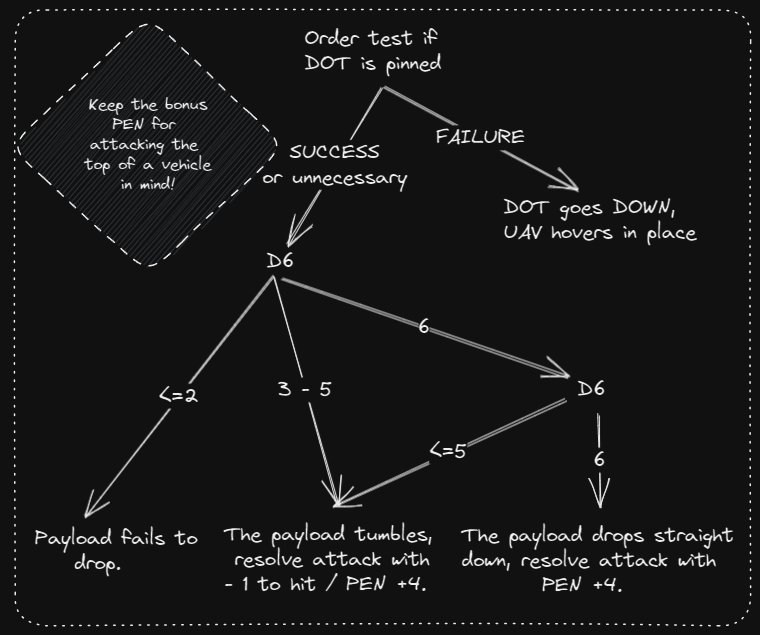
Above: ruleset/ressources/drone-at-ied-flowchart.excalidraw.png in christsven/H.E.A.T (Excalidraw), before the change. Source tidied: one line per element, renumbered; positions are measured from the earlier drawing's top-left corner, leaving out a move shared by most shapes.
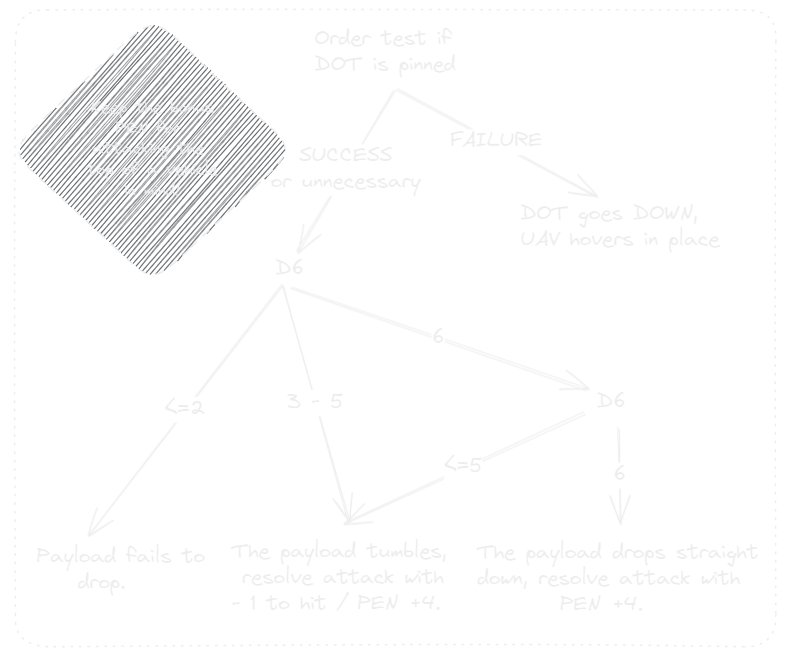
Above is the later version.

The edit, as a diff of the source:
```diff
@@ -1,24 +1,24 @@
-{"id": 0, "type": "text", "text": "Order test if \nDOT is pinned", "strokeColor": "#000000", "strokeWidth": 1, "roughness": 1, "fontSize": 20, "fontFamily": 1, "x": 295, "y": 16, "width": 143, "height": 50}
+{"id": 0, "type": "text", "text": "Order test if \nDOT is pinned", "strokeColor": "#000000", "strokeWidth": 1, "roughness": 1, "fontSize": 20.68, "fontFamily": 1, "x": 305, "y": -4, "width": 147, "height": 52}
-{"id": 1, "type": "rectangle", "strokeColor": "#000000", "strokeWidth": 1, "strokeStyle": "dotted", "roughness": 1, "round": true, "x": 5, "y": 0, "width": 735, "height": 616}
+{"id": 1, "type": "rectangle", "strokeColor": "#000000", "strokeWidth": 1, "strokeStyle": "dotted", "roughness": 1, "round": true, "x": 5, "y": -21, "width": 760, "height": 637}
-{"id": 2, "type": "arrow", "strokeColor": "#000000", "strokeWidth": 1, "roughness": 1, "endArrowhead": "arrow", "round": true, "from": 0, "to": 6, "x": 374, "y": 76, "width": 193, "height": 103, "points": [[0, 0], [193, 103]]}
+{"id": 2, "type": "arrow", "strokeColor": "#000000", "strokeWidth": 1, "roughness": 1, "endArrowhead": "arrow", "round": true, "from": 0, "to": 6, "x": 386, "y": 58, "width": 200, "height": 107, "points": [[0, 0], [200, 107]]}
-{"id": 3, "type": "text", "text": "FAILURE", "strokeColor": "#000000", "strokeWidth": 1, "roughness": 1, "fontSize": 20, "fontFamily": 1, "textAlign": "center", "verticalAlign": "middle", "inside": 2, "x": 434, "y": 115, "width": 72, "height": 25}
+{"id": 3, "type": "text", "text": "FAILURE", "strokeColor": "#000000", "strokeWidth": 1, "roughness": 1, "fontSize": 20.68, "fontFamily": 1, "textAlign": "center", "verticalAlign": "middle", "inside": 2, "x": 434, "y": 115, "width": 92, "height": 26}
-{"id": 4, "type": "arrow", "strokeColor": "#000000", "strokeWidth": 1, "roughness": 1, "endArrowhead": "arrow", "round": true, "from": 0, "to": 7, "x": 372, "y": 77, "width": 95, "height": 156, "points": [[0, 0], [-95, 156]]}
+{"id": 4, "type": "arrow", "strokeColor": "#000000", "strokeWidth": 1, "roughness": 1, "endArrowhead": "arrow", "round": true, "from": 0, "to": 7, "x": 385, "y": 58, "width": 98, "height": 162, "points": [[0, 0], [-98, 162]]}
-{"id": 5, "type": "text", "text": "SUCCESS\nor unnecessary", "strokeColor": "#000000", "strokeWidth": 1, "roughness": 1, "fontSize": 20, "fontFamily": 1, "textAlign": "center", "verticalAlign": "middle", "inside": 4, "x": 258, "y": 130, "width": 133, "height": 50}
+{"id": 5, "type": "text", "text": "SUCCESS\nor unnecessary", "strokeColor": "#000000", "strokeWidth": 1, "roughness": 1, "fontSize": 20.68, "fontFamily": 1, "textAlign": "center", "verticalAlign": "middle", "inside": 4, "x": 258, "y": 130, "width": 150, "height": 52}
-{"id": 6, "type": "text", "text": "DOT goes DOWN, \nUAV hovers in place", "strokeColor": "#000000", "strokeWidth": 1, "roughness": 1, "fontSize": 20, "fontFamily": 1, "x": 493, "y": 185, "width": 193, "height": 50}
+{"id": 6, "type": "text", "text": "DOT goes DOWN, \nUAV hovers in place", "strokeColor": "#000000", "strokeWidth": 1, "roughness": 1, "fontSize": 20.68, "fontFamily": 1, "x": 510, "y": 171, "width": 199, "height": 52}
-{"id": 7, "type": "text", "text": "D6", "strokeColor": "#000000", "strokeWidth": 1, "roughness": 1, "fontSize": 20, "fontFamily": 1, "x": 256, "y": 239, "width": 28, "height": 25}
+{"id": 7, "type": "text", "text": "D6", "strokeColor": "#000000", "strokeWidth": 1, "roughness": 1, "fontSize": 20.68, "fontFamily": 1, "x": 265, "y": 226, "width": 29, "height": 26}
-{"id": 8, "type": "arrow", "strokeColor": "#000000", "strokeWidth": 1, "roughness": 1, "endArrowhead": "arrow", "round": true, "from": 7, "to": 14, "x": 262, "y": 266, "width": 188, "height": 241, "points": [[0, 0], [-188, 241]]}
+{"id": 8, "type": "arrow", "strokeColor": "#000000", "strokeWidth": 1, "roughness": 1, "endArrowhead": "arrow", "round": true, "from": 7, "to": 14, "x": 271, "y": 254, "width": 193, "height": 250, "points": [[0, 0], [-193, 250]]}
-{"id": 9, "type": "text", "text": "<=2", "strokeColor": "#000000", "strokeWidth": 1, "roughness": 1, "fontSize": 20, "fontFamily": 1, "textAlign": "center", "verticalAlign": "middle", "inside": 8, "x": 150, "y": 374, "width": 38, "height": 25}
+{"id": 9, "type": "text", "text": "<=2", "strokeColor": "#000000", "strokeWidth": 1, "roughness": 1, "fontSize": 20.68, "fontFamily": 1, "textAlign": "center", "verticalAlign": "middle", "inside": 8, "x": 150, "y": 374, "width": 40, "height": 26}
-{"id": 10, "type": "arrow", "strokeColor": "#000000", "strokeWidth": 1, "roughness": 1, "endArrowhead": "arrow", "round": true, "from": 7, "to": 15, "x": 263, "y": 266, "width": 64, "height": 228, "points": [[0, 0], [64, 228]]}
+{"id": 10, "type": "arrow", "strokeColor": "#000000", "strokeWidth": 1, "roughness": 1, "endArrowhead": "arrow", "round": true, "from": 7, "to": 15, "x": 272, "y": 254, "width": 66, "height": 235, "points": [[0, 0], [66, 235]]}
-{"id": 11, "type": "text", "text": "3 - 5", "strokeColor": "#000000", "strokeWidth": 1, "roughness": 1, "fontSize": 20, "fontFamily": 1, "textAlign": "center", "verticalAlign": "middle", "inside": 10, "x": 275, "y": 367, "width": 41, "height": 25}
+{"id": 11, "type": "text", "text": "3 - 5", "strokeColor": "#000000", "strokeWidth": 1, "roughness": 1, "fontSize": 20.68, "fontFamily": 1, "textAlign": "center", "verticalAlign": "middle", "inside": 10, "x": 275, "y": 367, "width": 56, "height": 26}
-{"id": 12, "type": "arrow", "strokeColor": "#000000", "strokeWidth": 1, "roughness": 1, "endArrowhead": "arrow", "round": true, "from": 7, "to": 18, "x": 271, "y": 268, "width": 286, "height": 99, "points": [[0, 0], [286, 99]]}
+{"id": 12, "type": "arrow", "strokeColor": "#000000", "strokeWidth": 1, "roughness": 1, "endArrowhead": "arrow", "round": true, "from": 7, "to": 18, "x": 280, "y": 257, "width": 296, "height": 102, "points": [[0, 0], [296, 102]]}
-{"id": 13, "type": "text", "text": "6", "strokeColor": "#000000", "strokeWidth": 1, "roughness": 1, "fontSize": 20, "fontFamily": 1, "textAlign": "center", "verticalAlign": "middle", "inside": 12, "x": 409, "y": 305, "width": 11, "height": 25}
+{"id": 13, "type": "text", "text": "6", "strokeColor": "#000000", "strokeWidth": 1, "roughness": 1, "fontSize": 20.68, "fontFamily": 1, "textAlign": "center", "verticalAlign": "middle", "inside": 12, "x": 409, "y": 305, "width": 13, "height": 26}
-{"id": 14, "type": "text", "text": "Payload fails to\n    drop.", "strokeColor": "#000000", "strokeWidth": 1, "roughness": 1, "fontSize": 20, "fontFamily": 1, "x": 25, "y": 516, "width": 163, "height": 50}
+{"id": 14, "type": "text", "text": "Payload fails to\n    drop.", "strokeColor": "#000000", "strokeWidth": 1, "roughness": 1, "fontSize": 20.68, "fontFamily": 1, "x": 26, "y": 514, "width": 168, "height": 52}
-{"id": 15, "type": "text", "text": "The payload tumbles,\n resolve attack with\n- 1 to hit / PEN +4.", "strokeColor": "#000000", "strokeWidth": 1, "roughness": 1, "fontSize": 20, "fontFamily": 1, "x": 214, "y": 512, "width": 208, "height": 75}
+{"id": 15, "type": "text", "text": "The payload tumbles,\n resolve attack with\n- 1 to hit / PEN +4.", "strokeColor": "#000000", "strokeWidth": 1, "roughness": 1, "fontSize": 20.68, "fontFamily": 1, "x": 222, "y": 509, "width": 215, "height": 78}
-{"id": 16, "type": "diamond", "strokeColor": "#000000", "backgroundColor": "#ced4da", "fillStyle": "hachure", "strokeWidth": 1, "strokeStyle": "dashed", "roughness": 1, "round": true, "x": 0, "y": 6, "width": 275, "height": 258}
+{"id": 16, "type": "diamond", "strokeColor": "#000000", "backgroundColor": "#ced4da", "fillStyle": "hachure", "strokeWidth": 1, "strokeStyle": "dashed", "roughness": 1, "round": true, "x": 0, "y": -15, "width": 284, "height": 267}
-{"id": 17, "type": "text", "text": "Keep the bonus\nPEN for \nattacking the \ntop of a vehicle\nin mind!", "strokeColor": "#000000", "strokeWidth": 1, "strokeStyle": "dashed", "roughness": 1, "fontSize": 16, "fontFamily": 1, "textAlign": "center", "verticalAlign": "middle", "inside": 16, "x": 74, "y": 85, "width": 127, "height": 100}
+{"id": 17, "type": "text", "text": "Keep the bonus\nPEN for \nattacking the \ntop of a vehicle\nin mind!", "strokeColor": "#000000", "strokeWidth": 1, "strokeStyle": "dashed", "roughness": 1, "fontSize": 16.55, "fontFamily": 1, "textAlign": "center", "verticalAlign": "middle", "inside": 16, "x": 77, "y": 67, "width": 131, "height": 103}
-{"id": 18, "type": "text", "text": "D6", "strokeColor": "#000000", "strokeWidth": 1, "strokeStyle": "dashed", "roughness": 1, "fontSize": 20, "fontFamily": 1, "x": 568, "y": 367, "width": 28, "height": 25}
+{"id": 18, "type": "text", "text": "D6", "strokeColor": "#000000", "strokeWidth": 1, "strokeStyle": "dashed", "roughness": 1, "fontSize": 20.68, "fontFamily": 1, "x": 587, "y": 359, "width": 29, "height": 26}
-{"id": 19, "type": "arrow", "strokeColor": "#000000", "strokeWidth": 1, "roughness": 1, "endArrowhead": "arrow", "round": true, "from": 18, "to": 23, "x": 588, "y": 403, "width": 3, "height": 94, "points": [[0, 0], [3, 94]]}
+{"id": 19, "type": "arrow", "strokeColor": "#000000", "strokeWidth": 1, "roughness": 1, "endArrowhead": "arrow", "round": true, "from": 18, "to": 23, "x": 608, "y": 396, "width": 3, "height": 97, "points": [[0, 0], [3, 97]]}
-{"id": 20, "type": "text", "text": "6", "strokeColor": "#000000", "strokeWidth": 1, "roughness": 1, "fontSize": 20, "fontFamily": 1, "textAlign": "center", "verticalAlign": "middle", "inside": 19, "x": 584, "y": 438, "width": 11, "height": 25}
+{"id": 20, "type": "text", "text": "6", "strokeColor": "#000000", "strokeWidth": 1, "roughness": 1, "fontSize": 20.68, "fontFamily": 1, "textAlign": "center", "verticalAlign": "middle", "inside": 19, "x": 584, "y": 438, "width": 13, "height": 26}
-{"id": 21, "type": "arrow", "strokeColor": "#000000", "strokeWidth": 1, "roughness": 1, "endArrowhead": "arrow", "round": true, "from": 18, "to": 15, "x": 554, "y": 388, "width": 231, "height": 107, "points": [[0, 0], [-231, 107]]}
+{"id": 21, "type": "arrow", "strokeColor": "#000000", "strokeWidth": 1, "roughness": 1, "endArrowhead": "arrow", "round": true, "from": 18, "to": 15, "x": 573, "y": 380, "width": 239, "height": 110, "points": [[0, 0], [-239, 110]]}
-{"id": 22, "type": "text", "text": "<=5", "strokeColor": "#000000", "strokeWidth": 1, "roughness": 1, "fontSize": 20, "fontFamily": 1, "textAlign": "center", "verticalAlign": "middle", "inside": 21, "x": 419, "y": 429, "width": 38, "height": 25}
+{"id": 22, "type": "text", "text": "<=5", "strokeColor": "#000000", "strokeWidth": 1, "roughness": 1, "fontSize": 20.68, "fontFamily": 1, "textAlign": "center", "verticalAlign": "middle", "inside": 21, "x": 419, "y": 429, "width": 38, "height": 26}
-{"id": 23, "type": "text", "text": "The payload drops straight \ndown, resolve attack with \n        PEN +4.", "strokeColor": "#000000", "strokeWidth": 1, "roughness": 1, "fontSize": 20, "fontFamily": 1, "x": 452, "y": 513, "width": 282, "height": 75}
+{"id": 23, "type": "text", "text": "The payload drops straight \ndown, resolve attack with \n        PEN +4.", "strokeColor": "#000000", "strokeWidth": 1, "roughness": 1, "fontSize": 20.68, "fontFamily": 1, "x": 467, "y": 510, "width": 292, "height": 78}
```
